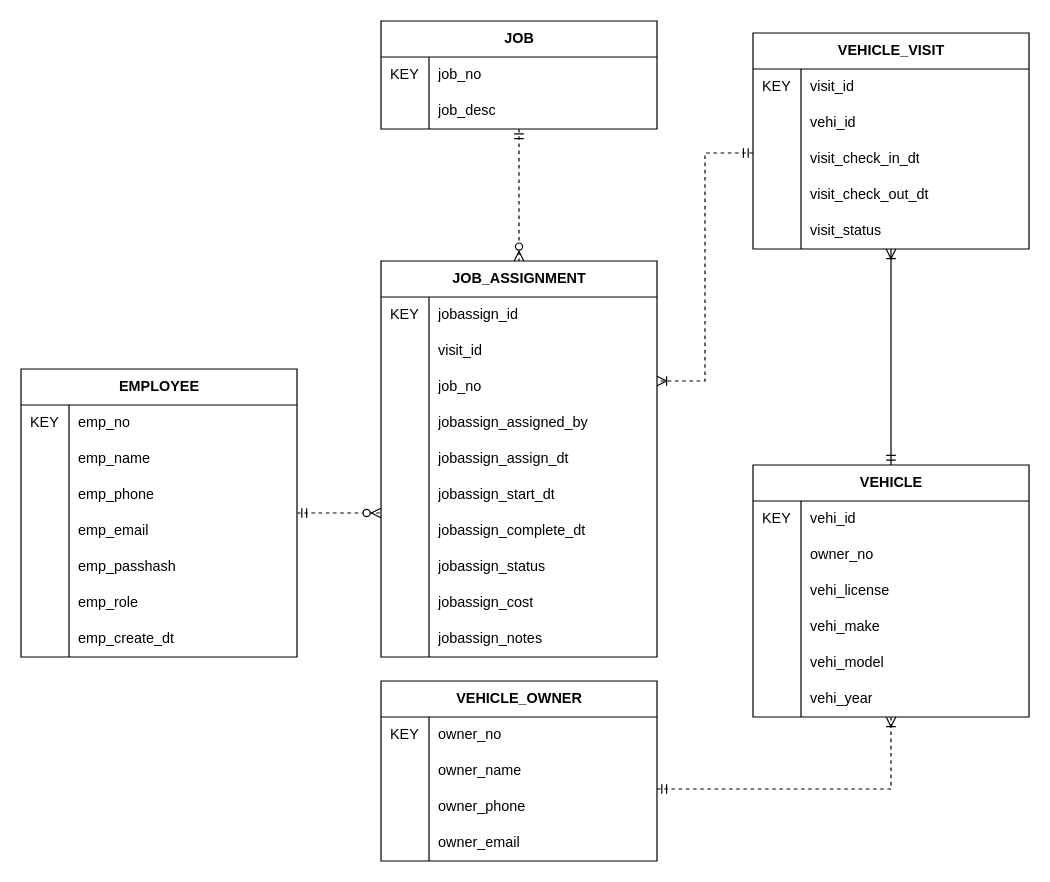
This is page "Conceptual" (2 of 2) of docs/erd/erd.drawio from PrimeAutocare/primeautocare, a draw.io file, before an edit. Source tidied: cells renumbered, new cells numbered last; positions are measured from the earlier drawing's top-left corner, leaving out a move shared by most shapes. Both pictures are drawn from the tidied source at 120%, with x=0, y=0 at pixel (20, 20).
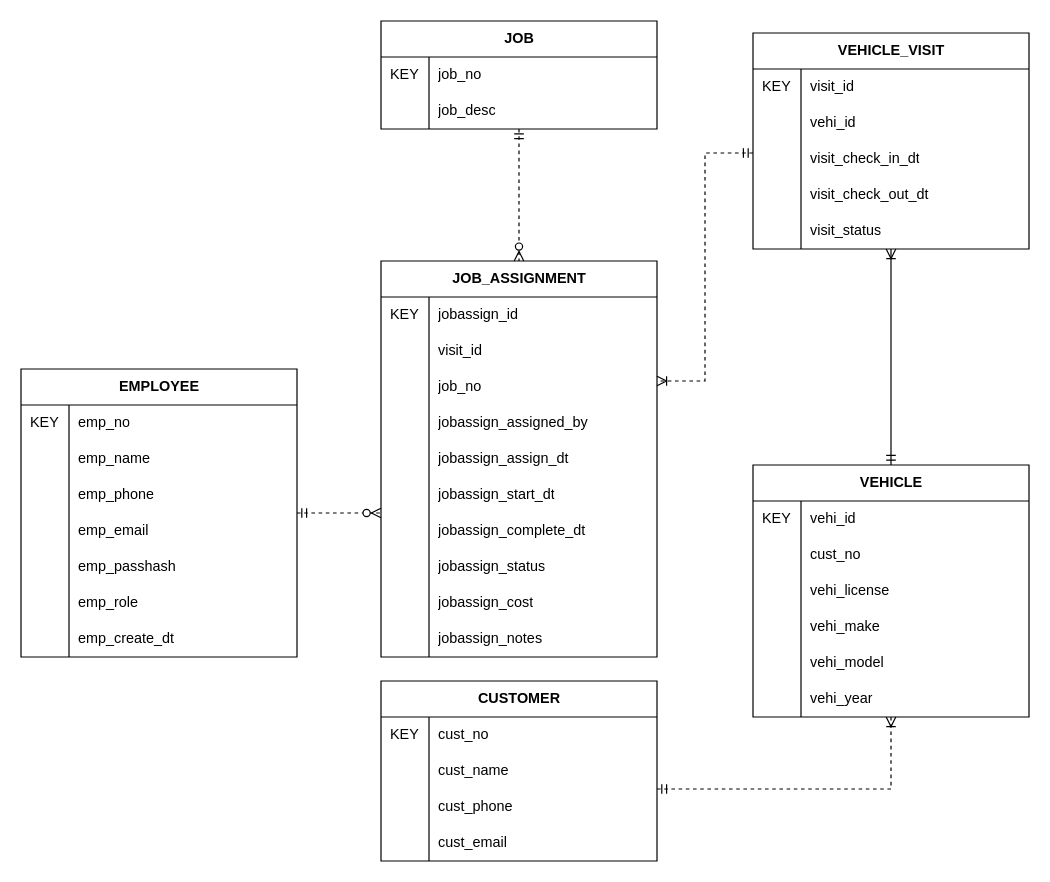
After the change.

Unchanged cells that the change refers to:
```xml
<mxCell id="28" style="shape=tableRow;horizontal=0;startSize=0;swimlaneHead=0;swimlaneBody=0;fillColor=none;top=0;left=0;right=0;bottom=0;" parent="24" vertex="1">
  <mxGeometry y="60" width="230" height="30" as="geometry" />
</mxCell>
<mxCell id="102" style="shape=tableRow;horizontal=0;startSize=0;swimlaneHead=0;swimlaneBody=0;fillColor=none;top=0;left=0;right=0;bottom=0;" parent="101" vertex="1">
  <mxGeometry y="30" width="230" height="30" as="geometry" />
</mxCell>
<mxCell id="105" style="shape=tableRow;horizontal=0;startSize=0;swimlaneHead=0;swimlaneBody=0;fillColor=none;top=0;left=0;right=0;bottom=0;" parent="101" vertex="1">
  <mxGeometry y="60" width="230" height="30" as="geometry" />
</mxCell>
<mxCell id="108" style="shape=tableRow;horizontal=0;startSize=0;swimlaneHead=0;swimlaneBody=0;fillColor=none;top=0;left=0;right=0;bottom=0;" parent="101" vertex="1">
  <mxGeometry y="90" width="230" height="30" as="geometry" />
</mxCell>
<mxCell id="111" style="shape=tableRow;horizontal=0;startSize=0;swimlaneHead=0;swimlaneBody=0;fillColor=none;top=0;left=0;right=0;bottom=0;" parent="101" vertex="1">
  <mxGeometry y="120" width="230" height="30" as="geometry" />
</mxCell>
```

What changed in the source:
```diff
@@
-    <mxCell id="30" value="owner_no" style="shape=partialRectangle;fillColor=none;top=0;left=0;bottom=0;right=0;align=left;spacingLeft=6;overflow=hidden;whiteSpace=wrap;html=1;" parent="28" vertex="1">
+    <mxCell id="30" value="cust_no" style="shape=partialRectangle;fillColor=none;top=0;left=0;bottom=0;right=0;align=left;spacingLeft=6;overflow=hidden;whiteSpace=wrap;html=1;" parent="28" vertex="1">
       <mxGeometry x="40" width="190" height="30" as="geometry" />
     </mxCell>
@@
-    <mxCell id="101" value="VEHICLE_OWNER" style="shape=table;startSize=30;childLayout=tableLayout;rowLines=0;fontStyle=1;align=center;html=1;" parent="1" vertex="1">
+    <mxCell id="101" value="CUSTOMER" style="shape=table;startSize=30;childLayout=tableLayout;rowLines=0;fontStyle=1;align=center;html=1;" parent="1" vertex="1">
       <mxGeometry x="300" y="550" width="230" height="150" as="geometry" />
     </mxCell>
@@
-    <mxCell id="104" value="owner_no" style="shape=partialRectangle;fillColor=none;top=0;left=0;bottom=0;right=0;align=left;spacingLeft=6;overflow=hidden;whiteSpace=wrap;html=1;" parent="102" vertex="1">
+    <mxCell id="104" value="cust_no" style="shape=partialRectangle;fillColor=none;top=0;left=0;bottom=0;right=0;align=left;spacingLeft=6;overflow=hidden;whiteSpace=wrap;html=1;" parent="102" vertex="1">
       <mxGeometry x="40" width="190" height="30" as="geometry" />
     </mxCell>
@@
-    <mxCell id="107" value="owner_name" style="shape=partialRectangle;fillColor=none;top=0;left=0;bottom=0;right=0;align=left;spacingLeft=6;overflow=hidden;whiteSpace=wrap;html=1;" parent="105" vertex="1">
+    <mxCell id="107" value="cust_name" style="shape=partialRectangle;fillColor=none;top=0;left=0;bottom=0;right=0;align=left;spacingLeft=6;overflow=hidden;whiteSpace=wrap;html=1;" parent="105" vertex="1">
       <mxGeometry x="40" width="190" height="30" as="geometry" />
     </mxCell>
@@
-    <mxCell id="110" value="owner_phone" style="shape=partialRectangle;fillColor=none;top=0;left=0;bottom=0;right=0;align=left;spacingLeft=6;overflow=hidden;whiteSpace=wrap;html=1;" parent="108" vertex="1">
+    <mxCell id="110" value="cust_phone" style="shape=partialRectangle;fillColor=none;top=0;left=0;bottom=0;right=0;align=left;spacingLeft=6;overflow=hidden;whiteSpace=wrap;html=1;" parent="108" vertex="1">
       <mxGeometry x="40" width="190" height="30" as="geometry" />
     </mxCell>
@@
-    <mxCell id="113" value="owner_email" style="shape=partialRectangle;fillColor=none;top=0;left=0;bottom=0;right=0;align=left;spacingLeft=6;overflow=hidden;whiteSpace=wrap;html=1;" parent="111" vertex="1">
+    <mxCell id="113" value="cust_email" style="shape=partialRectangle;fillColor=none;top=0;left=0;bottom=0;right=0;align=left;spacingLeft=6;overflow=hidden;whiteSpace=wrap;html=1;" parent="111" vertex="1">
       <mxGeometry x="40" width="190" height="30" as="geometry" />
     </mxCell>
```
